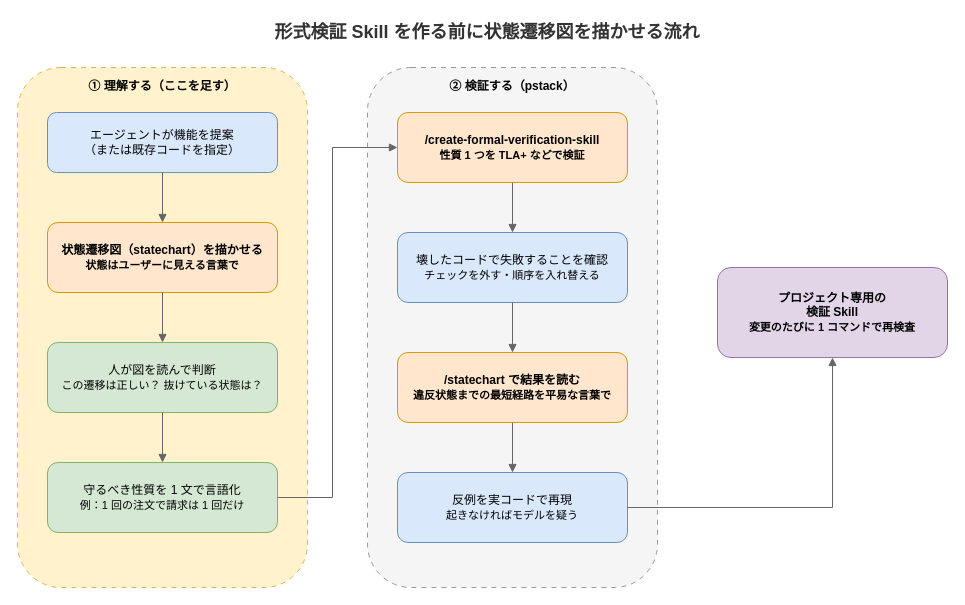
Earlier version of the draw.io diagram static/images/statechart-before-formal-verification-flow.drawio (hdknr/blogs). Source tidied: cells renumbered, new cells numbered last; positions are measured from the earlier drawing's top-left corner, leaving out a move shared by most shapes. Both pictures are drawn from the tidied source at 100%, with x=0, y=0 at pixel (17, 17).
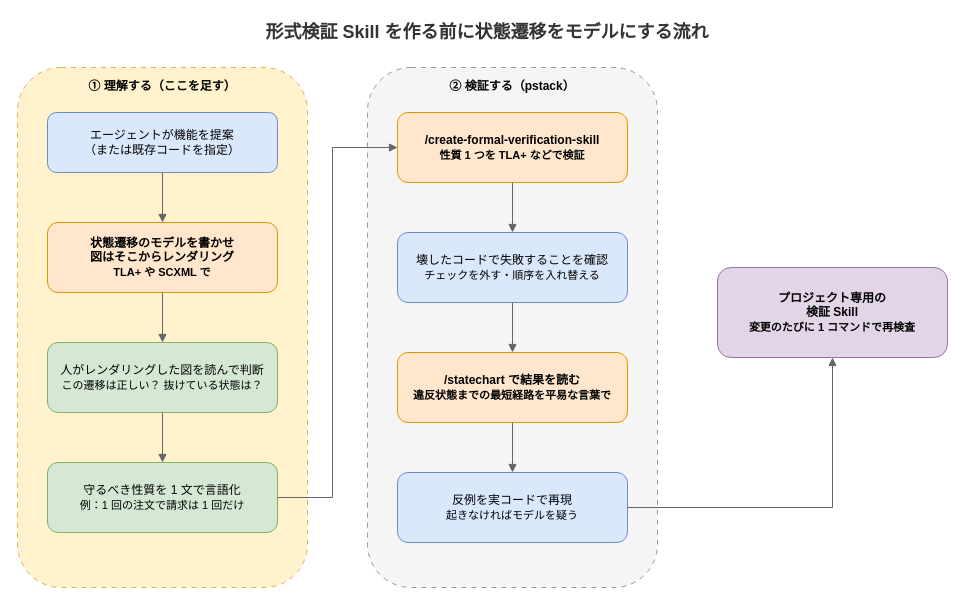
After the change.

Commit message (it also covers changes not shown here):
Rework post: model the state machine first, render the diagram from it

Change to the diagram source:
```diff
@@
-    <mxCell id="2" value="形式検証 Skill を作る前に状態遷移図を描かせる流れ" style="text;html=1;fontSize=18;fontStyle=1;align=center;verticalAlign=middle;whiteSpace=wrap;fontColor=#333333;" parent="1" vertex="1">
+    <mxCell id="2" value="形式検証 Skill を作る前に状態遷移をモデルにする流れ" style="text;html=1;fontSize=18;fontStyle=1;align=center;verticalAlign=middle;whiteSpace=wrap;fontColor=#333333;" parent="1" vertex="1">
       <mxGeometry x="170" width="600" height="30" as="geometry" />
     </mxCell>
@@
-    <mxCell id="5" value="状態遷移図（statechart）を描かせる&lt;br&gt;&lt;font style=&quot;font-size:11px&quot;&gt;状態はユーザーに見える言葉で&lt;/font&gt;" style="rounded=1;whiteSpace=wrap;html=1;fillColor=#ffe6cc;strokeColor=#d79b00;fontSize=12;fontStyle=1;" parent="1" vertex="1">
+    <mxCell id="5" value="状態遷移のモデルを書かせ&lt;br&gt;図はそこからレンダリング&lt;br&gt;&lt;font style=&quot;font-size:11px&quot;&gt;TLA+ や SCXML で&lt;/font&gt;" style="rounded=1;whiteSpace=wrap;html=1;fillColor=#ffe6cc;strokeColor=#d79b00;fontSize=12;fontStyle=1;" parent="1" vertex="1">
       <mxGeometry x="30" y="205" width="230" height="70" as="geometry" />
     </mxCell>
-    <mxCell id="6" value="人が図を読んで判断&lt;br&gt;&lt;font style=&quot;font-size:11px&quot;&gt;この遷移は正しい？ 抜けている状態は？&lt;/font&gt;" style="rounded=1;whiteSpace=wrap;html=1;fillColor=#d5e8d4;strokeColor=#82b366;fontSize=12;" parent="1" vertex="1">
+    <mxCell id="6" value="人がレンダリングした図を読んで判断&lt;br&gt;&lt;font style=&quot;font-size:11px&quot;&gt;この遷移は正しい？ 抜けている状態は？&lt;/font&gt;" style="rounded=1;whiteSpace=wrap;html=1;fillColor=#d5e8d4;strokeColor=#82b366;fontSize=12;" parent="1" vertex="1">
       <mxGeometry x="30" y="325" width="230" height="70" as="geometry" />
     </mxCell>
```
